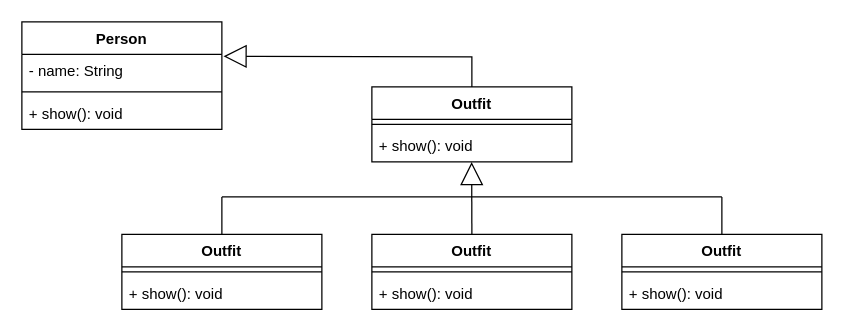
Above: outfit.drawio in asharca/drawio (draw.io), before the change. Source tidied: cells renumbered, new cells numbered last; positions are measured from the earlier drawing's top-left corner, leaving out a move shared by most shapes. Both pictures are drawn from the tidied source at 125%, with x=0, y=0 at pixel (21, 21).
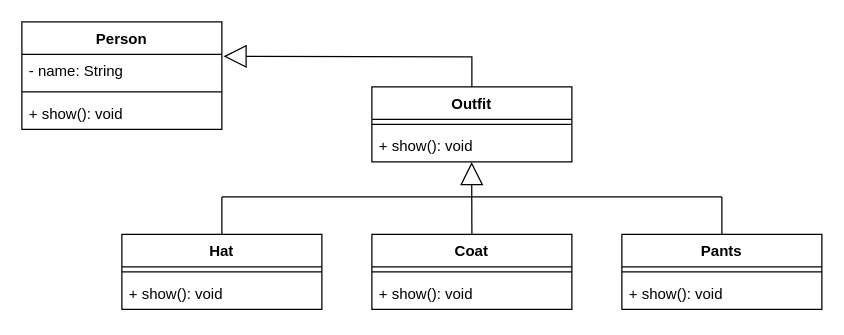
The same page after the edit.

The edit, as a diff of the source:
```diff
@@
-    <mxCell id="10" value="Outfit" style="swimlane;fontStyle=1;align=center;verticalAlign=top;horizontal=1;startSize=26;whiteSpace=wrap;html=1;" parent="1" vertex="1">
+    <mxCell id="10" value="Hat" style="swimlane;fontStyle=1;align=center;verticalAlign=top;horizontal=1;startSize=26;whiteSpace=wrap;html=1;" parent="1" vertex="1">
       <mxGeometry x="80" y="170" width="160" height="60" as="geometry" />
     </mxCell>
@@
-    <mxCell id="13" value="Outfit" style="swimlane;fontStyle=1;align=center;verticalAlign=top;horizontal=1;startSize=26;whiteSpace=wrap;html=1;" parent="1" vertex="1">
+    <mxCell id="13" value="Coat" style="swimlane;fontStyle=1;align=center;verticalAlign=top;horizontal=1;startSize=26;whiteSpace=wrap;html=1;" parent="1" vertex="1">
       <mxGeometry x="280" y="170" width="160" height="60" as="geometry" />
     </mxCell>
@@
-    <mxCell id="16" value="Outfit" style="swimlane;fontStyle=1;align=center;verticalAlign=top;horizontal=1;startSize=26;whiteSpace=wrap;html=1;" parent="1" vertex="1">
+    <mxCell id="16" value="Pants" style="swimlane;fontStyle=1;align=center;verticalAlign=top;horizontal=1;startSize=26;whiteSpace=wrap;html=1;" parent="1" vertex="1">
       <mxGeometry x="480" y="170" width="160" height="60" as="geometry" />
     </mxCell>
```
